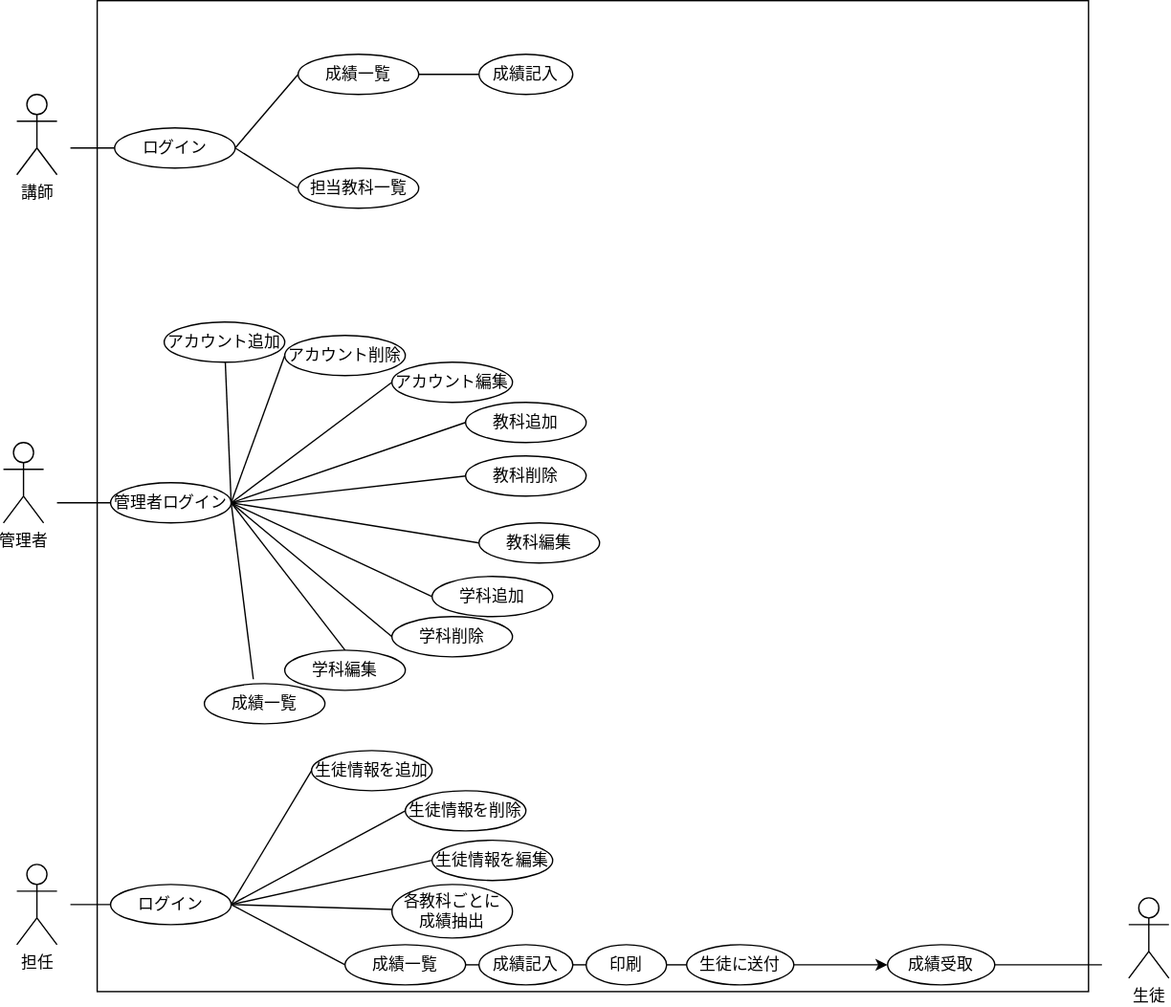
The draw.io diagram a.drawio.svg in nakamachiJP/uml-introduction, before a commit. Source tidied: cells renumbered, new cells last; positions are measured from the earlier drawing's top-left corner, leaving out a move shared by most shapes.
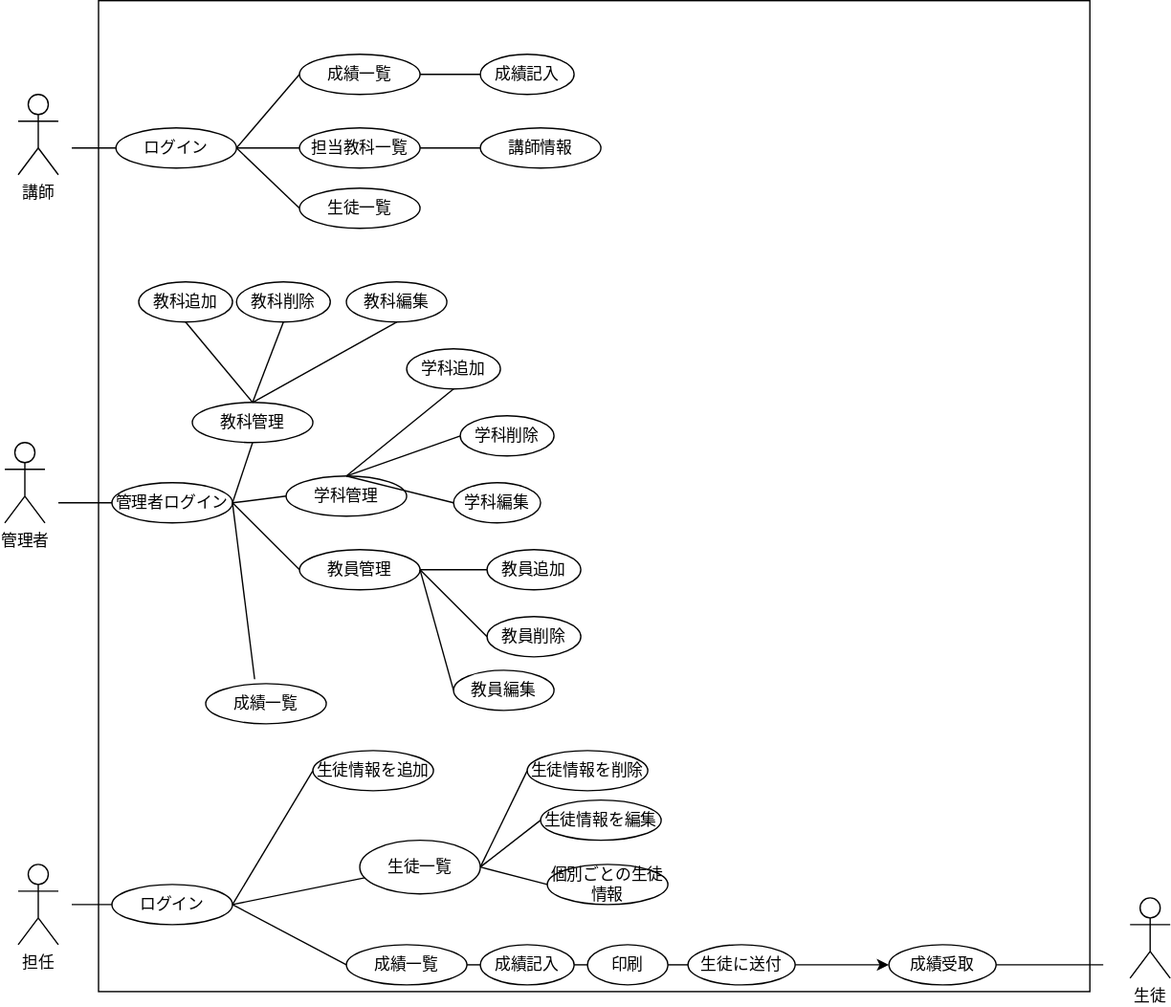
After the change.

Commit message:
プロジェクト

What changed in the source:
```diff
@@ -25,40 +25,37 @@
         <mxPoint x="40" y="375" as="sourcePoint" />
       </mxGeometry>
     </mxCell>
-    <mxCell id="9" value="アカウント追加" style="ellipse;whiteSpace=wrap;html=1;" parent="1" vertex="1">
-      <mxGeometry x="120" y="240" width="90" height="30" as="geometry" />
+    <mxCell id="9" value="教員追加" style="ellipse;whiteSpace=wrap;html=1;" parent="1" vertex="1">
+      <mxGeometry x="360" y="410" width="70" height="30" as="geometry" />
     </mxCell>
-    <mxCell id="10" value="アカウント削除" style="ellipse;whiteSpace=wrap;html=1;" parent="1" vertex="1">
-      <mxGeometry x="210" y="250" width="90" height="30" as="geometry" />
+    <mxCell id="10" value="教員削除" style="ellipse;whiteSpace=wrap;html=1;" parent="1" vertex="1">
+      <mxGeometry x="360" y="460" width="70" height="30" as="geometry" />
     </mxCell>
-    <mxCell id="11" value="アカウント編集" style="ellipse;whiteSpace=wrap;html=1;" parent="1" vertex="1">
-      <mxGeometry x="290" y="270" width="90" height="30" as="geometry" />
+    <mxCell id="11" value="教員編集" style="ellipse;whiteSpace=wrap;html=1;" parent="1" vertex="1">
+      <mxGeometry x="335" y="500" width="75" height="30" as="geometry" />
     </mxCell>
     <mxCell id="12" value="教科追加" style="ellipse;whiteSpace=wrap;html=1;" parent="1" vertex="1">
-      <mxGeometry x="345" y="300" width="90" height="30" as="geometry" />
+      <mxGeometry x="100" y="210" width="70" height="30" as="geometry" />
     </mxCell>
     <mxCell id="13" value="生徒情報を追加" style="ellipse;whiteSpace=wrap;html=1;" parent="1" vertex="1">
       <mxGeometry x="230" y="560" width="90" height="30" as="geometry" />
     </mxCell>
     <mxCell id="14" value="担当教科一覧" style="ellipse;whiteSpace=wrap;html=1;" parent="1" vertex="1">
-      <mxGeometry x="220" y="125" width="90" height="30" as="geometry" />
+      <mxGeometry x="220" y="95" width="90" height="30" as="geometry" />
     </mxCell>
     <mxCell id="15" style="endArrow=none;html=1;entryX=0;entryY=0.5;entryDx=0;entryDy=0;" parent="1" edge="1" target="5">
       <mxGeometry relative="1" as="geometry">
         <mxPoint x="50" y="110" as="sourcePoint" />
       </mxGeometry>
     </mxCell>
-    <mxCell id="16" style="endArrow=none;html=1;entryX=0;entryY=0.5;entryDx=0;entryDy=0;exitX=1;exitY=0.5;exitDx=0;exitDy=0;" parent="1" edge="1" source="5" target="14">
-      <mxGeometry relative="1" as="geometry" />
-    </mxCell>
     <mxCell id="17" value="ログイン" style="ellipse;whiteSpace=wrap;html=1;" parent="1" vertex="1">
       <mxGeometry x="80" y="660" width="90" height="30" as="geometry" />
     </mxCell>
     <mxCell id="18" value="成績一覧" style="ellipse;whiteSpace=wrap;html=1;" parent="1" vertex="1">
       <mxGeometry x="255" y="705" width="90" height="30" as="geometry" />
     </mxCell>
-    <mxCell id="19" value="各教科ごとに&lt;br&gt;成績抽出" style="ellipse;whiteSpace=wrap;html=1;" parent="1" vertex="1">
-      <mxGeometry x="290" y="660" width="90" height="40" as="geometry" />
+    <mxCell id="19" value="生徒一覧" style="ellipse;whiteSpace=wrap;html=1;" parent="1" vertex="1">
+      <mxGeometry x="265" y="627" width="90" height="40" as="geometry" />
     </mxCell>
     <mxCell id="20" style="endArrow=none;html=1;exitX=0;exitY=0.5;exitDx=0;exitDy=0;entryX=1;entryY=0.5;entryDx=0;entryDy=0;" parent="1" edge="1" source="18" target="17">
       <mxGeometry relative="1" as="geometry" />
@@ -66,51 +63,24 @@
     <mxCell id="21" style="endArrow=none;html=1;exitX=1;exitY=0.5;exitDx=0;exitDy=0;" parent="1" edge="1" source="17" target="19">
       <mxGeometry relative="1" as="geometry" />
     </mxCell>
-    <mxCell id="22" style="endArrow=none;html=1;exitX=1;exitY=0.5;exitDx=0;exitDy=0;" parent="1" edge="1" source="7" target="9">
-      <mxGeometry relative="1" as="geometry" />
-    </mxCell>
-    <mxCell id="23" style="endArrow=none;html=1;entryX=0;entryY=0.5;entryDx=0;entryDy=0;exitX=1;exitY=0.5;exitDx=0;exitDy=0;" parent="1" edge="1" source="7" target="10">
-      <mxGeometry relative="1" as="geometry" />
-    </mxCell>
-    <mxCell id="24" style="endArrow=none;html=1;entryX=0;entryY=0.5;entryDx=0;entryDy=0;exitX=1;exitY=0.5;exitDx=0;exitDy=0;" parent="1" edge="1" source="7" target="11">
-      <mxGeometry relative="1" as="geometry" />
-    </mxCell>
     <mxCell id="25" value="生徒情報を削除" style="ellipse;whiteSpace=wrap;html=1;" parent="1" vertex="1">
-      <mxGeometry x="300" y="590" width="90" height="30" as="geometry" />
+      <mxGeometry x="390" y="560" width="90" height="30" as="geometry" />
     </mxCell>
     <mxCell id="26" value="生徒情報を編集" style="ellipse;whiteSpace=wrap;html=1;" parent="1" vertex="1">
-      <mxGeometry x="320" y="627" width="90" height="30" as="geometry" />
+      <mxGeometry x="400" y="597" width="90" height="30" as="geometry" />
     </mxCell>
     <mxCell id="27" value="学科追加" style="ellipse;whiteSpace=wrap;html=1;" parent="1" vertex="1">
-      <mxGeometry x="320" y="430" width="90" height="30" as="geometry" />
+      <mxGeometry x="300" y="260" width="70" height="30" as="geometry" />
     </mxCell>
-    <mxCell id="28" style="endArrow=none;html=1;entryX=0;entryY=0.5;entryDx=0;entryDy=0;exitX=1;exitY=0.5;exitDx=0;exitDy=0;" parent="1" edge="1" source="7" target="12">
-      <mxGeometry relative="1" as="geometry" />
-    </mxCell>
-    <mxCell id="29" style="endArrow=none;html=1;entryX=0;entryY=0.5;entryDx=0;entryDy=0;exitX=1;exitY=0.5;exitDx=0;exitDy=0;" parent="1" edge="1" source="7" target="27">
-      <mxGeometry relative="1" as="geometry" />
-    </mxCell>
     <mxCell id="30" value="学科削除" style="ellipse;whiteSpace=wrap;html=1;" parent="1" vertex="1">
-      <mxGeometry x="290" y="460" width="90" height="30" as="geometry" />
+      <mxGeometry x="340" y="310" width="70" height="30" as="geometry" />
     </mxCell>
     <mxCell id="31" value="学科編集" style="ellipse;whiteSpace=wrap;html=1;" parent="1" vertex="1">
-      <mxGeometry x="210" y="485" width="90" height="30" as="geometry" />
+      <mxGeometry x="335" y="360" width="65" height="30" as="geometry" />
     </mxCell>
-    <mxCell id="32" style="endArrow=none;html=1;exitX=1;exitY=0.5;exitDx=0;exitDy=0;entryX=0;entryY=0.5;entryDx=0;entryDy=0;" parent="1" edge="1" source="7" target="30">
-      <mxGeometry relative="1" as="geometry" />
-    </mxCell>
-    <mxCell id="33" style="endArrow=none;html=1;exitX=1;exitY=0.5;exitDx=0;exitDy=0;entryX=0.5;entryY=0;entryDx=0;entryDy=0;" parent="1" edge="1" source="7" target="31">
-      <mxGeometry relative="1" as="geometry" />
-    </mxCell>
     <mxCell id="34" style="endArrow=none;html=1;exitX=0;exitY=0.5;exitDx=0;exitDy=0;entryX=1;entryY=0.5;entryDx=0;entryDy=0;" parent="1" edge="1" source="13" target="17">
       <mxGeometry relative="1" as="geometry" />
     </mxCell>
-    <mxCell id="35" style="endArrow=none;html=1;exitX=0;exitY=0.5;exitDx=0;exitDy=0;entryX=1;entryY=0.5;entryDx=0;entryDy=0;" parent="1" edge="1" source="25" target="17">
-      <mxGeometry relative="1" as="geometry" />
-    </mxCell>
-    <mxCell id="36" style="endArrow=none;html=1;exitX=0;exitY=0.5;exitDx=0;exitDy=0;entryX=1;entryY=0.5;entryDx=0;entryDy=0;" parent="1" edge="1" source="26" target="17">
-      <mxGeometry relative="1" as="geometry" />
-    </mxCell>
     <mxCell id="37" value="成績一覧" style="ellipse;whiteSpace=wrap;html=1;" parent="1" vertex="1">
       <mxGeometry x="220" y="40" width="90" height="30" as="geometry" />
     </mxCell>
@@ -142,17 +112,11 @@
       <mxGeometry relative="1" as="geometry" />
     </mxCell>
     <mxCell id="47" value="教科削除" style="ellipse;whiteSpace=wrap;html=1;" parent="1" vertex="1">
-      <mxGeometry x="345" y="340" width="90" height="30" as="geometry" />
+      <mxGeometry x="173" y="210" width="70" height="30" as="geometry" />
     </mxCell>
-    <mxCell id="48" style="endArrow=none;html=1;entryX=0;entryY=0.5;entryDx=0;entryDy=0;exitX=1;exitY=0.5;exitDx=0;exitDy=0;" parent="1" edge="1" source="7" target="47">
-      <mxGeometry relative="1" as="geometry" />
-    </mxCell>
     <mxCell id="49" value="教科編集" style="ellipse;whiteSpace=wrap;html=1;" parent="1" vertex="1">
-      <mxGeometry x="355" y="390" width="90" height="30" as="geometry" />
+      <mxGeometry x="255" y="210" width="75" height="30" as="geometry" />
     </mxCell>
-    <mxCell id="50" style="endArrow=none;html=1;entryX=0;entryY=0.5;entryDx=0;entryDy=0;exitX=1;exitY=0.5;exitDx=0;exitDy=0;" parent="1" edge="1" source="7" target="49">
-      <mxGeometry relative="1" as="geometry" />
-    </mxCell>
     <mxCell id="51" style="endArrow=none;html=1;exitX=0;exitY=0.5;exitDx=0;exitDy=0;" parent="1" edge="1" source="17">
       <mxGeometry relative="1" as="geometry">
         <mxPoint x="50" y="675" as="targetPoint" />
@@ -180,5 +144,77 @@
         <mxPoint x="820" y="720" as="sourcePoint" />
       </mxGeometry>
     </mxCell>
+    <mxCell id="58" value="生徒一覧" style="ellipse;whiteSpace=wrap;html=1;" parent="1" vertex="1">
+      <mxGeometry x="220" y="140" width="90" height="30" as="geometry" />
+    </mxCell>
+    <mxCell id="59" style="endArrow=none;html=1;entryX=0;entryY=0.5;entryDx=0;entryDy=0;exitX=1;exitY=0.5;exitDx=0;exitDy=0;" parent="1" edge="1" source="5" target="58">
+      <mxGeometry relative="1" as="geometry" />
+    </mxCell>
+    <mxCell id="60" value="講師情報" style="ellipse;whiteSpace=wrap;html=1;" parent="1" vertex="1">
+      <mxGeometry x="355" y="95" width="90" height="30" as="geometry" />
+    </mxCell>
+    <mxCell id="61" style="endArrow=none;html=1;exitX=1;exitY=0.5;exitDx=0;exitDy=0;entryX=0;entryY=0.5;entryDx=0;entryDy=0;" parent="1" edge="1" source="14" target="60">
+      <mxGeometry relative="1" as="geometry" />
+    </mxCell>
+    <mxCell id="16" style="endArrow=none;html=1;exitX=1;exitY=0.5;exitDx=0;exitDy=0;entryX=0;entryY=0.5;entryDx=0;entryDy=0;" parent="1" edge="1" source="5" target="14">
+      <mxGeometry relative="1" as="geometry" />
+    </mxCell>
+    <mxCell id="62" value="教科管理" style="ellipse;whiteSpace=wrap;html=1;" parent="1" vertex="1">
+      <mxGeometry x="140" y="300" width="90" height="30" as="geometry" />
+    </mxCell>
+    <mxCell id="63" value="学科管理" style="ellipse;whiteSpace=wrap;html=1;" parent="1" vertex="1">
+      <mxGeometry x="210" y="355" width="90" height="30" as="geometry" />
+    </mxCell>
+    <mxCell id="64" value="教員管理" style="ellipse;whiteSpace=wrap;html=1;" parent="1" vertex="1">
+      <mxGeometry x="220" y="410" width="90" height="30" as="geometry" />
+    </mxCell>
+    <mxCell id="65" style="endArrow=none;html=1;exitX=1;exitY=0.5;exitDx=0;exitDy=0;entryX=0.5;entryY=1;entryDx=0;entryDy=0;" parent="1" edge="1" source="7" target="62">
+      <mxGeometry relative="1" as="geometry" />
+    </mxCell>
+    <mxCell id="66" style="endArrow=none;html=1;exitX=1;exitY=0.5;exitDx=0;exitDy=0;entryX=0;entryY=0.5;entryDx=0;entryDy=0;" parent="1" edge="1" source="7" target="63">
+      <mxGeometry relative="1" as="geometry" />
+    </mxCell>
+    <mxCell id="67" style="endArrow=none;html=1;exitX=0.5;exitY=0;exitDx=0;exitDy=0;entryX=0.5;entryY=1;entryDx=0;entryDy=0;" parent="1" edge="1" source="63" target="27">
+      <mxGeometry relative="1" as="geometry" />
+    </mxCell>
+    <mxCell id="68" style="endArrow=none;html=1;exitX=0.5;exitY=0;exitDx=0;exitDy=0;entryX=0;entryY=0.5;entryDx=0;entryDy=0;" parent="1" edge="1" source="63" target="30">
+      <mxGeometry relative="1" as="geometry" />
+    </mxCell>
+    <mxCell id="69" style="endArrow=none;html=1;entryX=0;entryY=0.5;entryDx=0;entryDy=0;exitX=0.5;exitY=0;exitDx=0;exitDy=0;" parent="1" edge="1" source="63" target="31">
+      <mxGeometry relative="1" as="geometry" />
+    </mxCell>
+    <mxCell id="70" style="endArrow=none;html=1;entryX=0.5;entryY=0;entryDx=0;entryDy=0;exitX=0.5;exitY=1;exitDx=0;exitDy=0;" parent="1" edge="1" source="12" target="62">
+      <mxGeometry relative="1" as="geometry" />
+    </mxCell>
+    <mxCell id="71" style="endArrow=none;html=1;exitX=0.5;exitY=1;exitDx=0;exitDy=0;entryX=0.5;entryY=0;entryDx=0;entryDy=0;" parent="1" edge="1" source="47" target="62">
+      <mxGeometry relative="1" as="geometry" />
+    </mxCell>
+    <mxCell id="72" style="endArrow=none;html=1;exitX=0.5;exitY=1;exitDx=0;exitDy=0;entryX=0.5;entryY=0;entryDx=0;entryDy=0;" parent="1" edge="1" source="49" target="62">
+      <mxGeometry relative="1" as="geometry" />
+    </mxCell>
+    <mxCell id="73" style="endArrow=none;html=1;exitX=1;exitY=0.5;exitDx=0;exitDy=0;entryX=0;entryY=0.5;entryDx=0;entryDy=0;" parent="1" edge="1" source="7" target="64">
+      <mxGeometry relative="1" as="geometry" />
+    </mxCell>
+    <mxCell id="74" style="endArrow=none;html=1;exitX=1;exitY=0.5;exitDx=0;exitDy=0;entryX=0;entryY=0.5;entryDx=0;entryDy=0;" parent="1" edge="1" source="64" target="9">
+      <mxGeometry relative="1" as="geometry" />
+    </mxCell>
+    <mxCell id="75" style="endArrow=none;html=1;entryX=0;entryY=0.5;entryDx=0;entryDy=0;exitX=1;exitY=0.5;exitDx=0;exitDy=0;" parent="1" edge="1" source="64" target="10">
+      <mxGeometry relative="1" as="geometry" />
+    </mxCell>
+    <mxCell id="76" style="endArrow=none;html=1;exitX=1;exitY=0.5;exitDx=0;exitDy=0;entryX=0;entryY=0.5;entryDx=0;entryDy=0;" parent="1" edge="1" source="64" target="11">
+      <mxGeometry relative="1" as="geometry" />
+    </mxCell>
+    <mxCell id="77" style="endArrow=none;html=1;exitX=1;exitY=0.5;exitDx=0;exitDy=0;entryX=0;entryY=0.5;entryDx=0;entryDy=0;" parent="1" edge="1" source="19" target="25">
+      <mxGeometry relative="1" as="geometry" />
+    </mxCell>
+    <mxCell id="78" style="endArrow=none;html=1;exitX=1;exitY=0.5;exitDx=0;exitDy=0;entryX=0;entryY=0.5;entryDx=0;entryDy=0;" parent="1" edge="1" source="19" target="26">
+      <mxGeometry relative="1" as="geometry" />
+    </mxCell>
+    <mxCell id="79" value="個別ごとの生徒情報" style="ellipse;whiteSpace=wrap;html=1;" parent="1" vertex="1">
+      <mxGeometry x="405" y="645" width="90" height="30" as="geometry" />
+    </mxCell>
+    <mxCell id="80" style="endArrow=none;html=1;exitX=1;exitY=0.5;exitDx=0;exitDy=0;entryX=0;entryY=0.5;entryDx=0;entryDy=0;" parent="1" edge="1" source="19" target="79">
+      <mxGeometry relative="1" as="geometry" />
+    </mxCell>
   </root>
 </mxGraphModel>
```
